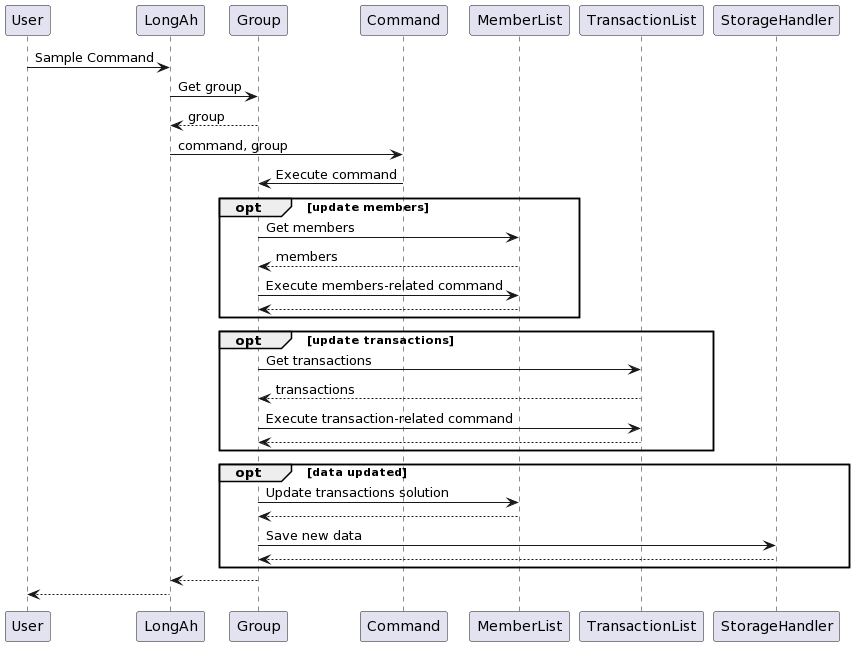
jing-xiang/tp keeps this PlantUML diagram as docs/diagrams/CommandExecutionSequenceDiagram.png. Above is the earlier version.
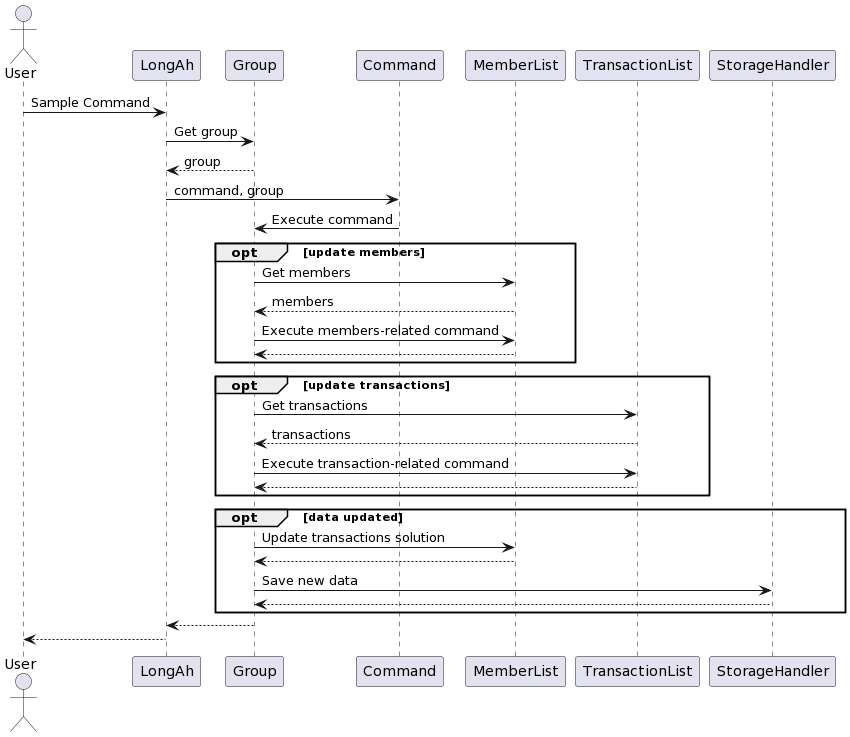
After the commit.

Commit message:
Update sequence diagrams

What changed in the source:
```diff
@@ -1,4 +1,5 @@
 @startuml
+actor User
 User -> LongAh: Sample Command
 LongAh -> Group: Get group
 Group --> LongAh: group
```
